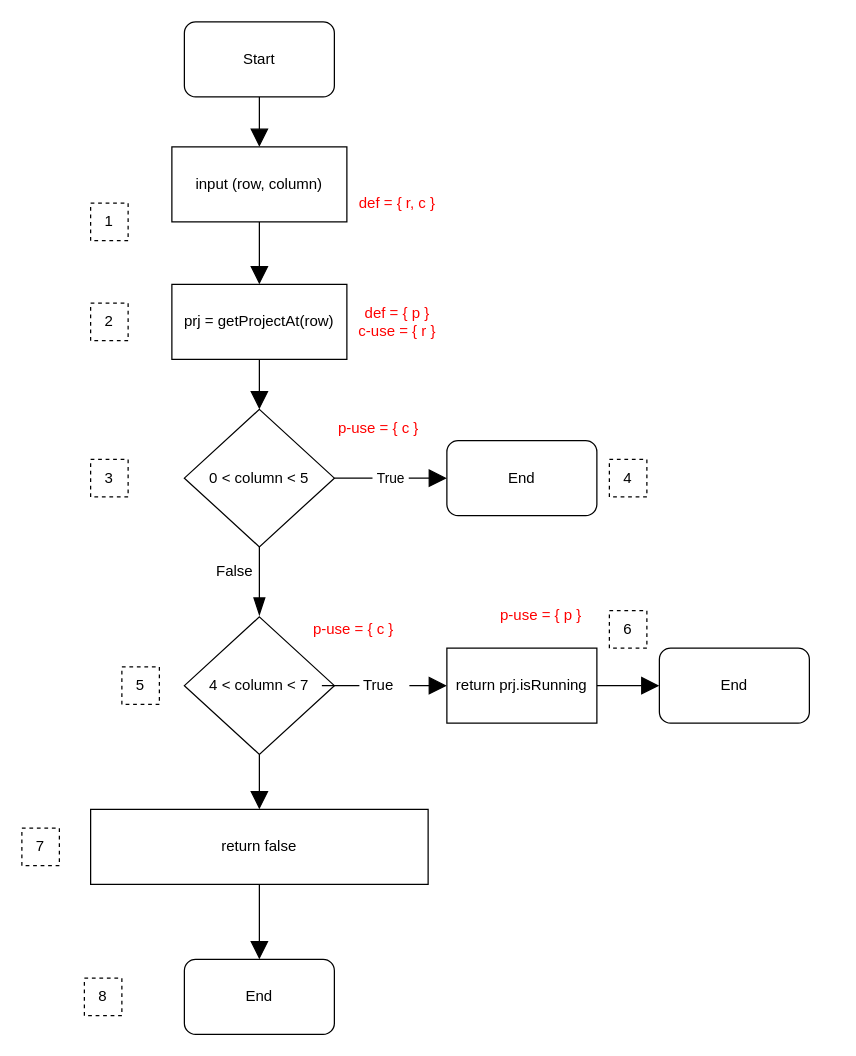
The draw.io diagram Assignements/dataflow/dataflow2.drawio in neigeouille/TVVS-group6-assignements, before the edit. Source tidied: cells renumbered, new cells numbered last; positions are measured from the earlier drawing's top-left corner, leaving out a move shared by most shapes. Both pictures are drawn from the tidied source at 125%, with x=0, y=0 at pixel (21, 21).
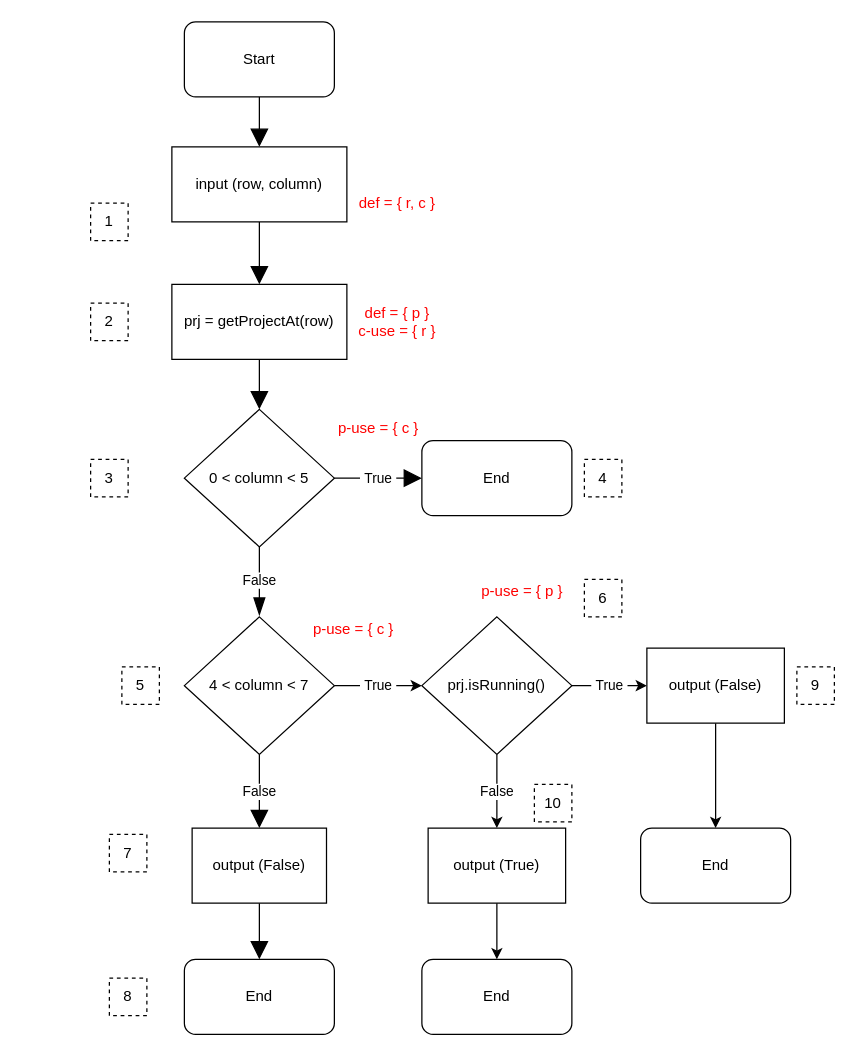
The same diagram, later.

The change refers to these unchanged cells:
```xml
<mxCell id="8" value="&lt;div&gt;0 &amp;lt; column &amp;lt; 5&lt;/div&gt;" style="rhombus;whiteSpace=wrap;html=1;" parent="1" vertex="1">
  <mxGeometry x="130" y="310" width="120" height="110" as="geometry" />
</mxCell>
<mxCell id="26" value="&lt;div&gt;4 &amp;lt; column&lt;span style=&quot;background-color: initial;&quot;&gt;&amp;nbsp;&amp;lt; 7&lt;/span&gt;&lt;/div&gt;" style="rhombus;whiteSpace=wrap;html=1;" parent="1" vertex="1">
  <mxGeometry x="130" y="476" width="120" height="110" as="geometry" />
</mxCell>
```

Change to the diagram source:
```diff
@@
-    <mxCell id="6" style="edgeStyle=orthogonalEdgeStyle;rounded=0;jettySize=auto;html=1;entryX=0.5;entryY=0;entryDx=0;entryDy=0;endArrow=blockThin;endFill=1;endSize=12;" parent="1" edge="1" source="8">
+    <mxCell id="6" value="False" style="edgeStyle=orthogonalEdgeStyle;rounded=0;jettySize=auto;html=1;entryX=0.5;entryY=0;entryDx=0;entryDy=0;endArrow=blockThin;endFill=1;endSize=12;" parent="1" edge="1" source="8">
       <mxGeometry relative="1" as="geometry">
         <mxPoint x="190" y="475" as="targetPoint" />
       </mxGeometry>
     </mxCell>
@@
-    <mxCell id="10" value="&lt;div&gt;return false&lt;/div&gt;" style="rounded=0;whiteSpace=wrap;html=1;" parent="1" vertex="1">
-      <mxGeometry x="55" y="630" width="270" height="60" as="geometry" />
+    <mxCell id="10" value="&lt;div&gt;output (False)&lt;/div&gt;" style="rounded=0;whiteSpace=wrap;html=1;" parent="1" vertex="1">
+      <mxGeometry x="136.2" y="645" width="107.5" height="60" as="geometry" />
     </mxCell>
@@
     <mxCell id="15" value="7" style="whiteSpace=wrap;html=1;dashed=1;" parent="1" vertex="1">
-      <mxGeometry y="645" width="30" height="30" as="geometry" />
+      <mxGeometry x="70" y="650" width="30" height="30" as="geometry" />
     </mxCell>
     <mxCell id="16" value="8" style="whiteSpace=wrap;html=1;dashed=1;" parent="1" vertex="1">
-      <mxGeometry x="50" y="765" width="30" height="30" as="geometry" />
+      <mxGeometry x="70" y="765" width="30" height="30" as="geometry" />
     </mxCell>
@@
-    <mxCell id="21" value="False" style="text;html=1;align=center;verticalAlign=middle;strokeColor=none;fillColor=none;fontColor=#000000;" parent="1" vertex="1">
-      <mxGeometry x="145" y="425" width="50" height="30" as="geometry" />
-    </mxCell>
@@
-    <mxCell id="24" style="edgeStyle=orthogonalEdgeStyle;rounded=0;jettySize=auto;html=1;endSize=12;endArrow=block;endFill=1;startArrow=none;" parent="1" edge="1" source="29" target="28">
-      <mxGeometry relative="1" as="geometry" />
-    </mxCell>
-    <mxCell id="25" style="edgeStyle=orthogonalEdgeStyle;rounded=0;jettySize=auto;html=1;endArrow=block;endFill=1;endSize=12;" parent="1" edge="1" source="26" target="10">
+    <mxCell id="25" value="False" style="edgeStyle=orthogonalEdgeStyle;rounded=0;jettySize=auto;html=1;endArrow=block;endFill=1;endSize=12;" parent="1" edge="1" source="26" target="10">
       <mxGeometry relative="1" as="geometry" />
     </mxCell>
+    <mxCell id="37" value="&amp;nbsp;True&amp;nbsp;" style="edgeStyle=orthogonalEdgeStyle;rounded=0;jettySize=auto;html=1;" parent="1" edge="1" source="26" target="39">
+      <mxGeometry relative="1" as="geometry" />
+    </mxCell>
@@
-    <mxCell id="27" style="edgeStyle=orthogonalEdgeStyle;rounded=0;jettySize=auto;html=1;endArrow=block;endFill=1;endSize=12;" parent="1" edge="1" source="28" target="33">
-      <mxGeometry relative="1" as="geometry" />
-    </mxCell>
-    <mxCell id="28" value="return prj.isRunning" style="rounded=0;whiteSpace=wrap;html=1;" parent="1" vertex="1">
-      <mxGeometry x="340" y="501" width="120" height="60" as="geometry" />
-    </mxCell>
-    <mxCell id="29" value="True" style="text;html=1;align=center;verticalAlign=middle;points=[];strokeColor=none;fillColor=none;fontColor=#000000;" parent="1" vertex="1">
-      <mxGeometry x="260" y="516" width="50" height="30" as="geometry" />
-    </mxCell>
-    <mxCell id="30" style="edgeStyle=orthogonalEdgeStyle;rounded=0;jettySize=auto;html=1;endSize=12;endArrow=none;endFill=1;" parent="1" edge="1" source="26" target="29">
-      <mxGeometry relative="1" as="geometry" />
-    </mxCell>
     <mxCell id="31" value="6" style="whiteSpace=wrap;html=1;dashed=1;" parent="1" vertex="1">
-      <mxGeometry x="470" y="471" width="30" height="30" as="geometry" />
+      <mxGeometry x="450" y="446" width="30" height="30" as="geometry" />
     </mxCell>
     <mxCell id="32" value="End" style="rounded=1;whiteSpace=wrap;html=1;" parent="1" vertex="1">
-      <mxGeometry x="340" y="335" width="120" height="60" as="geometry" />
+      <mxGeometry x="320" y="335" width="120" height="60" as="geometry" />
     </mxCell>
     <mxCell id="33" value="End" style="rounded=1;whiteSpace=wrap;html=1;" parent="1" vertex="1">
-      <mxGeometry x="510" y="501" width="120" height="60" as="geometry" />
+      <mxGeometry x="320" y="750" width="120" height="60" as="geometry" />
     </mxCell>
     <mxCell id="34" value="4" style="whiteSpace=wrap;html=1;dashed=1;" parent="1" vertex="1">
-      <mxGeometry x="470" y="350" width="30" height="30" as="geometry" />
+      <mxGeometry x="450" y="350" width="30" height="30" as="geometry" />
     </mxCell>
@@
     <mxCell id="36" value="p-use = { p }" style="text;html=1;align=center;verticalAlign=middle;strokeColor=none;fillColor=none;fontColor=#FF0000;" parent="1" vertex="1">
-      <mxGeometry x="370" y="460" width="90" height="30" as="geometry" />
+      <mxGeometry x="355" y="441" width="90" height="30" as="geometry" />
     </mxCell>
+    <mxCell id="38" value="&amp;nbsp;True&amp;nbsp;" style="edgeStyle=orthogonalEdgeStyle;rounded=0;jettySize=auto;html=1;" parent="1" edge="1" source="39" target="41">
+      <mxGeometry relative="1" as="geometry" />
+    </mxCell>
+    <mxCell id="21" value="False" style="edgeStyle=orthogonalEdgeStyle;rounded=0;jettySize=auto;html=1;" parent="1" edge="1" source="39" target="43">
+      <mxGeometry relative="1" as="geometry" />
+    </mxCell>
+    <mxCell id="39" value="prj.isRunning()" style="rhombus;whiteSpace=wrap;html=1;" parent="1" vertex="1">
+      <mxGeometry x="320" y="476" width="120" height="110" as="geometry" />
+    </mxCell>
+    <mxCell id="40" style="edgeStyle=orthogonalEdgeStyle;rounded=0;jettySize=auto;html=1;" parent="1" edge="1" source="41" target="44">
+      <mxGeometry relative="1" as="geometry" />
+    </mxCell>
+    <mxCell id="41" value="output (False)" style="rounded=0;whiteSpace=wrap;html=1;" parent="1" vertex="1">
+      <mxGeometry x="500" y="501" width="110" height="60" as="geometry" />
+    </mxCell>
+    <mxCell id="42" style="edgeStyle=orthogonalEdgeStyle;rounded=0;jettySize=auto;html=1;" parent="1" edge="1" source="43" target="33">
+      <mxGeometry relative="1" as="geometry" />
+    </mxCell>
+    <mxCell id="43" value="output (True)" style="rounded=0;whiteSpace=wrap;html=1;" parent="1" vertex="1">
+      <mxGeometry x="325" y="645" width="110" height="60" as="geometry" />
+    </mxCell>
+    <mxCell id="44" value="End" style="rounded=1;whiteSpace=wrap;html=1;" parent="1" vertex="1">
+      <mxGeometry x="495" y="645" width="120" height="60" as="geometry" />
+    </mxCell>
+    <mxCell id="45" value="9" style="whiteSpace=wrap;html=1;dashed=1;" parent="1" vertex="1">
+      <mxGeometry x="620" y="516" width="30" height="30" as="geometry" />
+    </mxCell>
+    <mxCell id="46" value="10" style="whiteSpace=wrap;html=1;dashed=1;" parent="1" vertex="1">
+      <mxGeometry x="410" y="610" width="30" height="30" as="geometry" />
+    </mxCell>
```
